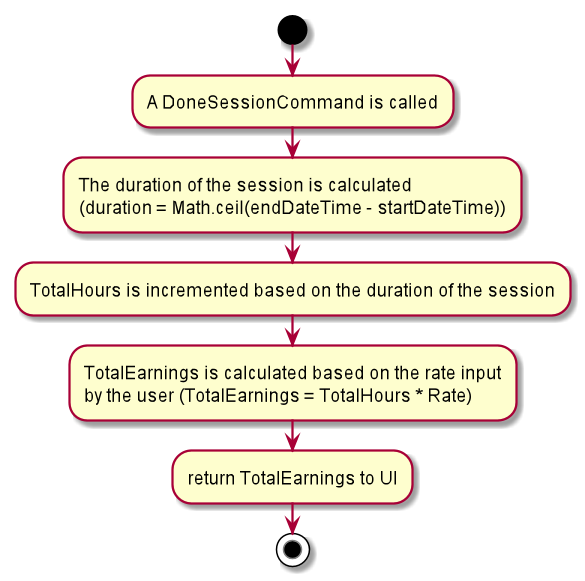
The PlantUML diagram docs/images/TssActivityDiagram.png in nus-cs2103-AY1920S2/addressbook-level3, before a commit. The source it was exported from:
```plantuml
@startuml
start
:A DoneSessionCommand is called;

:The duration of the session is calculated
(duration = Math.ceil(endDateTime - startDateTime));

:TotalHours is incremented based on the duration of the session;

:TotalEarnings is calculated based on the rate input
by the user (TotalEarnings = TotalHours * Rate);

:return TotalEarnings to UI;

stop
@enduml
```
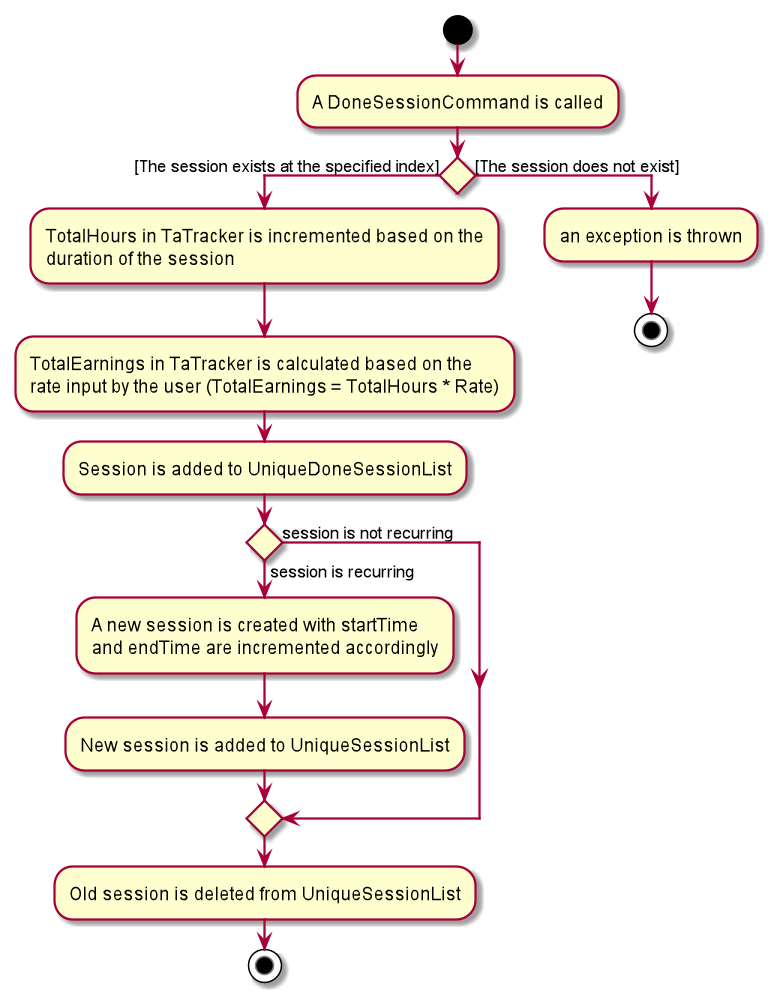
After the commit.

Commit message:
Update TSS Activity Diagram

Change to the diagram source:
```diff
@@ -2,15 +2,25 @@
 start
 :A DoneSessionCommand is called;
 
-:The duration of the session is calculated
-(duration = Math.ceil(endDateTime - startDateTime));
+if () then ([The session exists at the specified index])
+  :TotalHours in TaTracker is incremented based on the
+  duration of the session;
+  :TotalEarnings in TaTracker is calculated based on the
+  rate input by the user (TotalEarnings = TotalHours * Rate);
+  :Session is added to UniqueDoneSessionList;
 
-:TotalHours is incremented based on the duration of the session;
+  if () then (session is recurring)
+    :A new session is created with startTime
+    and endTime are incremented accordingly;
+    :New session is added to UniqueSessionList;
 
-:TotalEarnings is calculated based on the rate input
-by the user (TotalEarnings = TotalHours * Rate);
+    else (session is not recurring)
+endif
+    :Old session is deleted from UniqueSessionList;
 
-:return TotalEarnings to UI;
+    stop
 
+else([The session does not exist])
+  :an exception is thrown;
 stop
 @enduml
```
